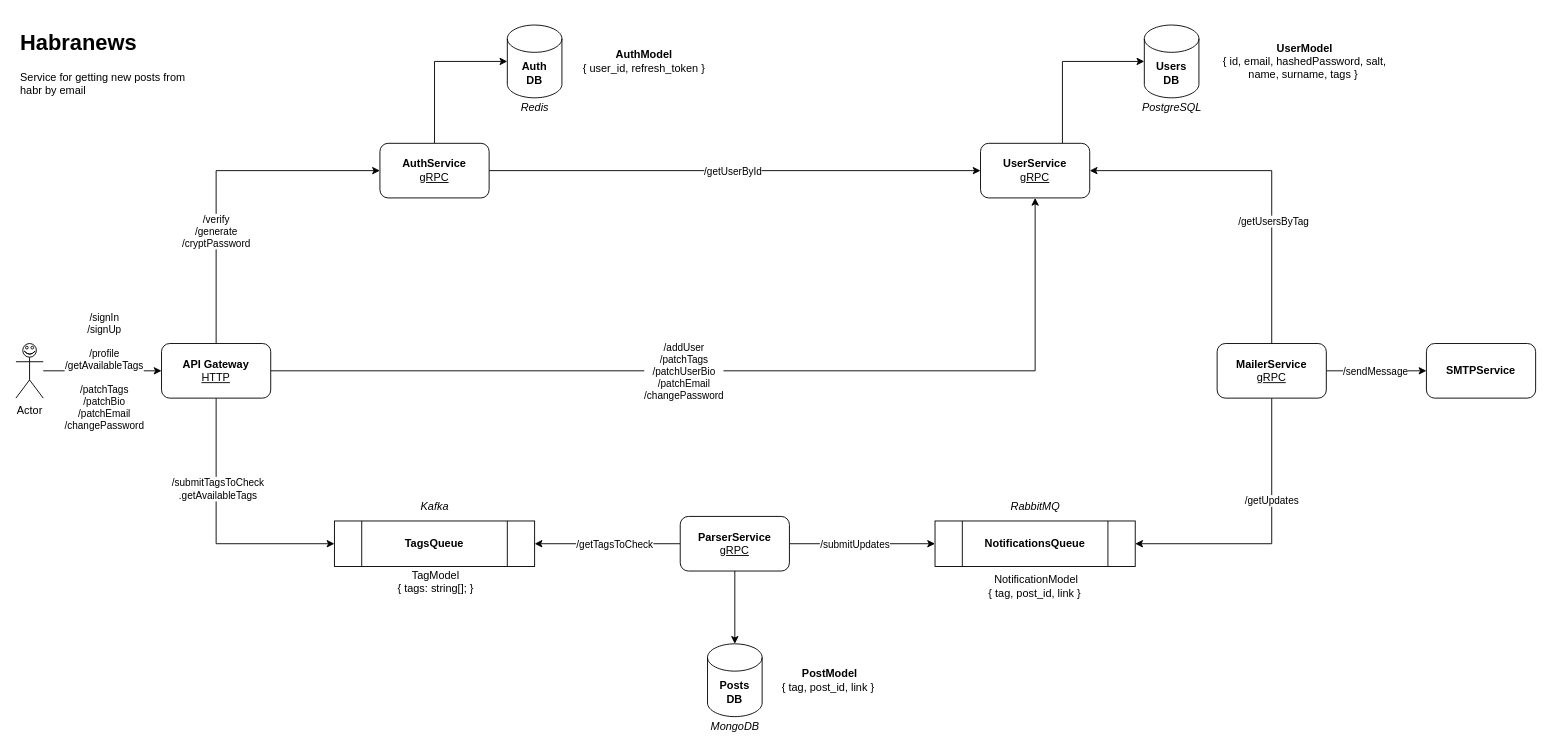
Above: page "Architecture" (1 of 5) of news-alert-architecture.drawio in ythosa/habranews (draw.io), before the change. Source tidied: cells renumbered, new cells numbered last; positions are measured from the earlier drawing's top-left corner, leaving out a move shared by most shapes. Both pictures are drawn from the tidied source at 91%, with x=0, y=0 at pixel (15, 25).
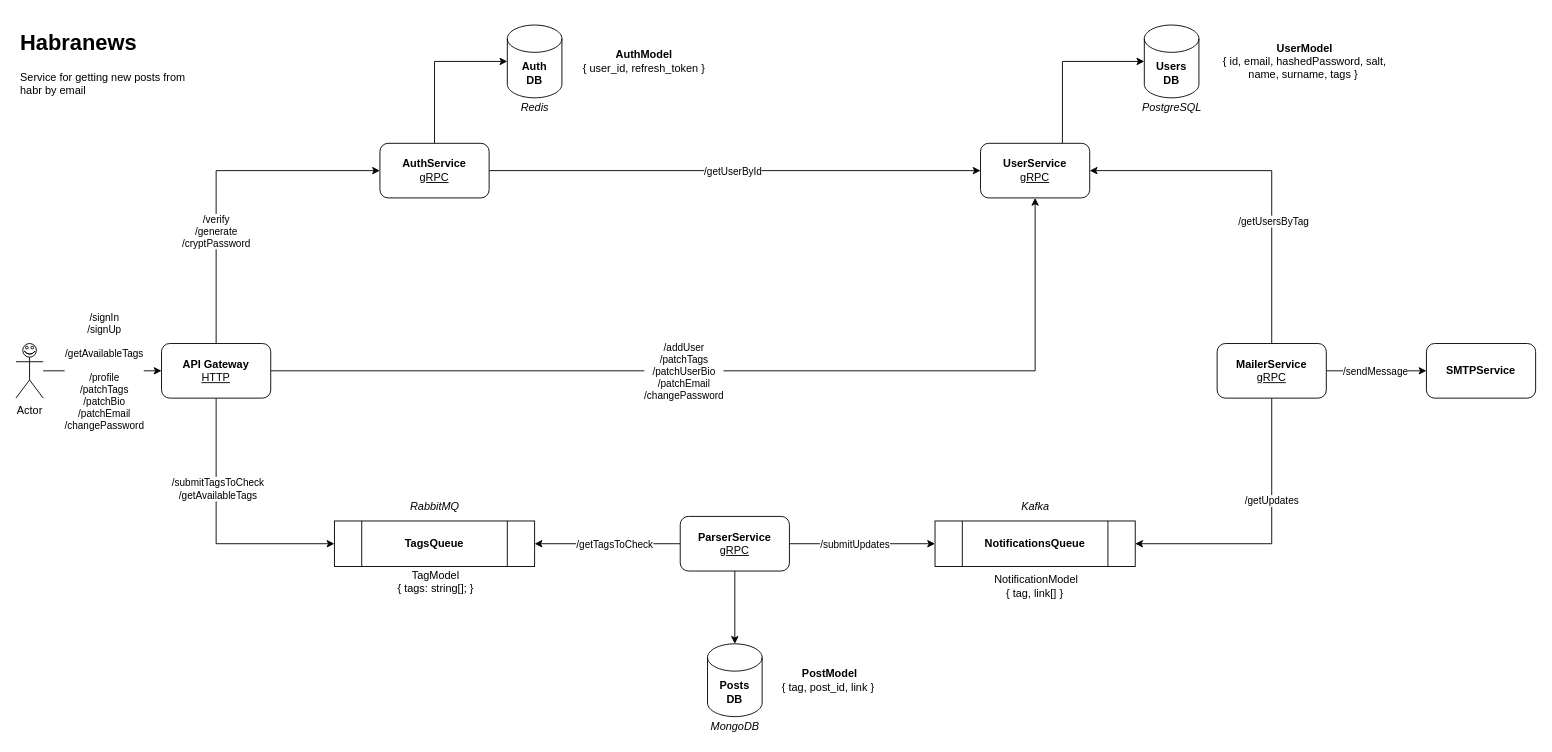
The same diagram, later.

The change refers to these unchanged cells:
```xml
<mxCell id="2" style="edgeStyle=orthogonalEdgeStyle;rounded=0;jettySize=auto;html=1;exitX=0.5;exitY=1;exitDx=0;exitDy=0;entryX=0;entryY=0.5;entryDx=0;entryDy=0;" parent="1" edge="1" source="8" target="33">
  <mxGeometry relative="1" as="geometry" />
</mxCell>
<mxCell id="34" style="edgeStyle=orthogonalEdgeStyle;rounded=0;jettySize=auto;html=1;entryX=0;entryY=0.5;entryDx=0;entryDy=0;" parent="1" edge="1" source="36" target="8">
  <mxGeometry relative="1" as="geometry" />
</mxCell>
```

Change to the diagram source:
```diff
@@
-    <mxCell id="3" value="/submitTagsToCheck&lt;br&gt;.getAvailableTags" style="edgeLabel;html=1;align=center;verticalAlign=middle;" parent="2" vertex="1">
+    <mxCell id="3" value="/submitTagsToCheck&lt;br&gt;/getAvailableTags" style="edgeLabel;html=1;align=center;verticalAlign=middle;" parent="2" vertex="1">
       <mxGeometry x="-0.32" y="1" relative="1" as="geometry" />
     </mxCell>
@@
-    <mxCell id="35" value="/signIn&lt;br&gt;/signUp&lt;br&gt;&lt;br&gt;/profile&lt;br&gt;/getAvailableTags&lt;br&gt;&lt;br&gt;/patchTags&lt;br&gt;/patchBio&lt;br&gt;/patchEmail&lt;br&gt;/changePassword" style="edgeLabel;html=1;align=center;verticalAlign=middle;" parent="34" vertex="1">
+    <mxCell id="35" value="/signIn&lt;br&gt;/signUp&lt;br&gt;&lt;br&gt;/getAvailableTags&lt;br&gt;&lt;br&gt;/profile&lt;br&gt;/patchTags&lt;br&gt;/patchBio&lt;br&gt;/patchEmail&lt;br&gt;/changePassword" style="edgeLabel;html=1;align=center;verticalAlign=middle;" parent="34" vertex="1">
       <mxGeometry x="-0.18" y="-3" relative="1" as="geometry">
         <mxPoint x="13" y="-3" as="offset" />
       </mxGeometry>
     </mxCell>
@@
-    <mxCell id="47" value="&lt;i&gt;Kafka&lt;/i&gt;" style="text;html=1;align=center;verticalAlign=middle;" parent="1" vertex="1">
-      <mxGeometry x="438" y="518" width="44" height="22" as="geometry" />
+    <mxCell id="47" value="&lt;i&gt;RabbitMQ&lt;/i&gt;" style="text;html=1;align=center;verticalAlign=middle;" parent="1" vertex="1">
+      <mxGeometry x="427" y="518" width="66" height="22" as="geometry" />
     </mxCell>
-    <mxCell id="48" value="&lt;i&gt;RabbitMQ&lt;/i&gt;" style="text;html=1;align=center;verticalAlign=middle;" parent="1" vertex="1">
-      <mxGeometry x="1087" y="518" width="66" height="22" as="geometry" />
+    <mxCell id="48" value="&lt;i&gt;Kafka&lt;/i&gt;" style="text;html=1;align=center;verticalAlign=middle;" parent="1" vertex="1">
+      <mxGeometry x="1098" y="518" width="44" height="22" as="geometry" />
     </mxCell>
@@
-    <mxCell id="50" value="NotificationModel&lt;br&gt;{ tag, post_id, link }&amp;nbsp;" style="text;html=1;align=center;verticalAlign=middle;" parent="1" vertex="1">
-      <mxGeometry x="1060" y="600" width="121" height="33" as="geometry" />
+    <mxCell id="50" value="NotificationModel&lt;br&gt;{ tag, link[] }&amp;nbsp;" style="text;html=1;align=center;verticalAlign=middle;" parent="1" vertex="1">
+      <mxGeometry x="1066" y="600" width="110" height="33" as="geometry" />
     </mxCell>
```
